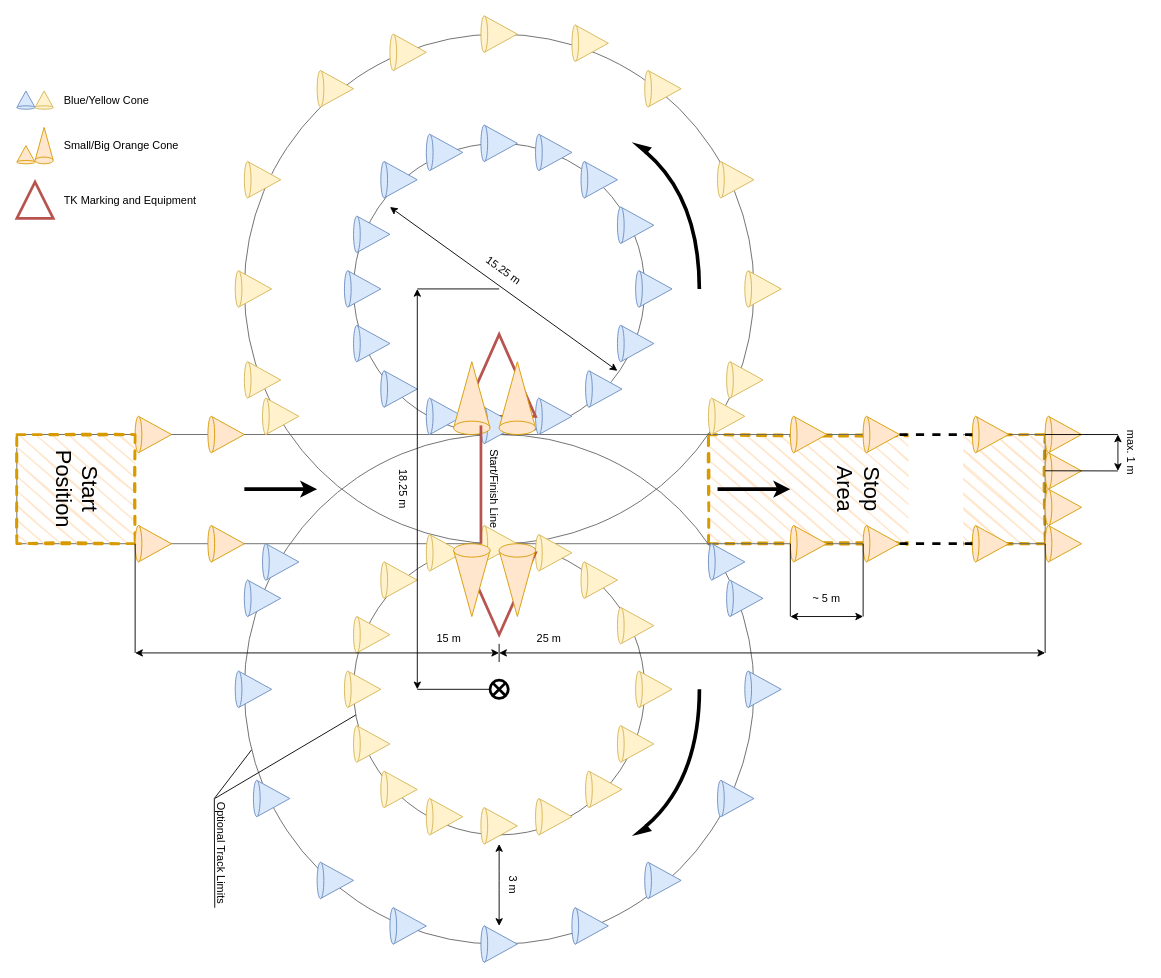
Before: ressources/figures/FS_Event_Skid_Pad.drawio in Beomar97/path-planning-docs, a draw.io diagram. Source tidied: cells renumbered, new cells numbered last; positions are measured from the earlier drawing's top-left corner, leaving out a move shared by most shapes. Both pictures are drawn from the tidied source at 91%, with x=0, y=0 at pixel (16, -76).
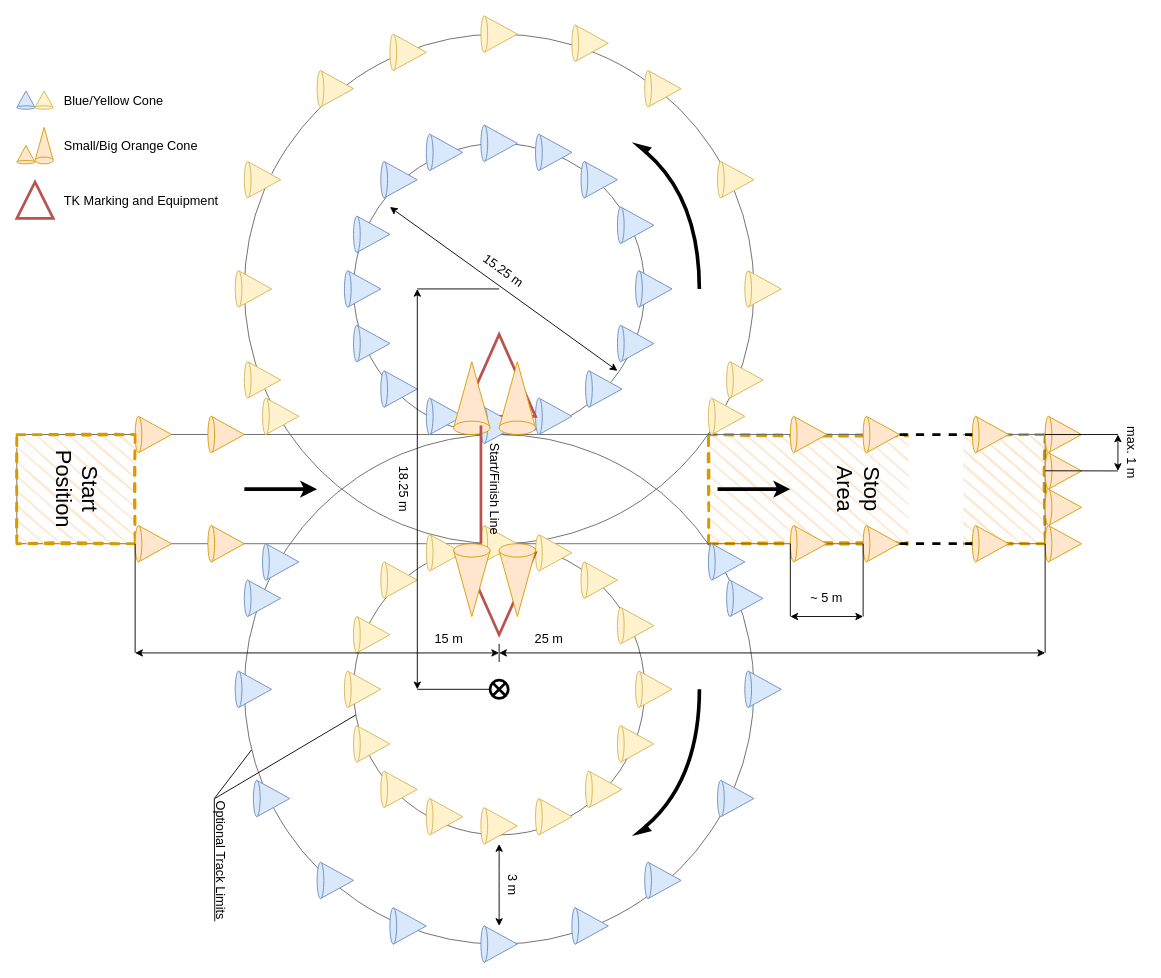
After the change.

Commit message (it also covers changes not shown here):
docs: update track events figures

The change refers to these unchanged cells:
```xml
<mxCell id="2" style="group;rotation=90;" parent="1" vertex="1">
  <mxGeometry x="100" width="1040" height="1240" as="geometry" />
</mxCell>
```

What changed in the source:
```diff
@@
-    <mxCell id="103" value="3 m" style="text;html=1;strokeColor=none;fillColor=none;align=center;verticalAlign=middle;whiteSpace=wrap;rounded=0;rotation=90;" parent="2" vertex="1">
+    <mxCell id="103" value="3 m" style="text;html=1;strokeColor=none;fillColor=none;align=center;verticalAlign=middle;whiteSpace=wrap;rounded=0;rotation=90;fontSize=14;" parent="2" vertex="1">
       <mxGeometry x="410" y="1040" width="70" height="30" as="geometry" />
     </mxCell>
-    <mxCell id="104" value="18.25 m" style="text;html=1;strokeColor=none;fillColor=none;align=center;verticalAlign=middle;whiteSpace=wrap;rounded=0;rotation=90;" parent="2" vertex="1">
+    <mxCell id="104" value="18.25 m" style="text;html=1;strokeColor=none;fillColor=none;align=center;verticalAlign=middle;whiteSpace=wrap;rounded=0;rotation=90;fontSize=14;" parent="2" vertex="1">
       <mxGeometry x="290" y="605" width="70" height="30" as="geometry" />
     </mxCell>
@@
-    <mxCell id="106" value="15.25 m" style="text;html=1;strokeColor=none;fillColor=none;align=center;verticalAlign=middle;whiteSpace=wrap;rounded=0;rotation=396;" parent="2" vertex="1">
+    <mxCell id="106" value="15.25 m" style="text;html=1;strokeColor=none;fillColor=none;align=center;verticalAlign=middle;whiteSpace=wrap;rounded=0;rotation=396;fontSize=14;" parent="2" vertex="1">
       <mxGeometry x="405" y="365" width="60" height="30" as="geometry" />
     </mxCell>
@@
-    <mxCell id="112" value="15 m" style="text;html=1;strokeColor=none;fillColor=none;align=center;verticalAlign=middle;whiteSpace=wrap;rounded=0;rotation=0;" parent="2" vertex="1">
+    <mxCell id="112" value="15 m" style="text;html=1;strokeColor=none;fillColor=none;align=center;verticalAlign=middle;whiteSpace=wrap;rounded=0;rotation=0;fontSize=14;" parent="2" vertex="1">
       <mxGeometry x="340" y="770" width="70" height="30" as="geometry" />
     </mxCell>
-    <mxCell id="113" value="25 m" style="text;html=1;strokeColor=none;fillColor=none;align=center;verticalAlign=middle;whiteSpace=wrap;rounded=0;rotation=0;" parent="2" vertex="1">
+    <mxCell id="113" value="25 m" style="text;html=1;strokeColor=none;fillColor=none;align=center;verticalAlign=middle;whiteSpace=wrap;rounded=0;rotation=0;fontSize=14;" parent="2" vertex="1">
       <mxGeometry x="450" y="770" width="70" height="30" as="geometry" />
     </mxCell>
-    <mxCell id="114" value="~ 5 m" style="text;html=1;strokeColor=none;fillColor=none;align=center;verticalAlign=middle;whiteSpace=wrap;rounded=0;rotation=0;" parent="2" vertex="1">
+    <mxCell id="114" value="~ 5 m" style="text;html=1;strokeColor=none;fillColor=none;align=center;verticalAlign=middle;whiteSpace=wrap;rounded=0;rotation=0;fontSize=14;" parent="2" vertex="1">
       <mxGeometry x="755" y="725" width="70" height="30" as="geometry" />
     </mxCell>
@@
-    <mxCell id="118" value="max. 1 m" style="text;html=1;strokeColor=none;fillColor=none;align=center;verticalAlign=middle;whiteSpace=wrap;rounded=0;glass=0;dashed=1;sketch=1;fontSize=12;rotation=90;" parent="2" vertex="1">
+    <mxCell id="118" value="max. 1 m" style="text;html=1;strokeColor=none;fillColor=none;align=center;verticalAlign=middle;whiteSpace=wrap;rounded=0;glass=0;dashed=1;sketch=1;fontSize=14;rotation=90;" parent="2" vertex="1">
       <mxGeometry x="1095" y="565" width="60" height="30" as="geometry" />
     </mxCell>
@@
-    <mxCell id="122" value="Optional Track Limits" style="text;html=1;strokeColor=none;fillColor=none;align=center;verticalAlign=middle;whiteSpace=wrap;rounded=0;rotation=90;" parent="2" vertex="1">
-      <mxGeometry x="65" y="1005" width="120" height="30" as="geometry" />
+    <mxCell id="122" value="Optional Track Limits" style="text;html=1;strokeColor=none;fillColor=none;align=center;verticalAlign=middle;whiteSpace=wrap;rounded=0;rotation=90;fontSize=14;" parent="2" vertex="1">
+      <mxGeometry x="57.5" y="1012.5" width="135" height="30" as="geometry" />
     </mxCell>
@@
-    <mxCell id="125" value="Start/Finish Line" style="text;html=1;strokeColor=none;fillColor=none;align=center;verticalAlign=middle;whiteSpace=wrap;rounded=0;rotation=90;" parent="2" vertex="1">
+    <mxCell id="125" value="Start/Finish Line" style="text;html=1;strokeColor=none;fillColor=none;align=center;verticalAlign=middle;whiteSpace=wrap;rounded=0;rotation=90;fontSize=14;" parent="2" vertex="1">
       <mxGeometry x="365" y="605" width="120" height="30" as="geometry" />
     </mxCell>
@@
-    <mxCell id="128" value="Blue/Yellow Cone" style="text;html=1;strokeColor=none;fillColor=none;align=left;verticalAlign=middle;whiteSpace=wrap;rounded=0;" parent="2" vertex="1">
-      <mxGeometry x="-50" y="177.5" width="100" height="30" as="geometry" />
+    <mxCell id="128" value="Blue/Yellow Cone" style="text;html=1;strokeColor=none;fillColor=none;align=left;verticalAlign=middle;whiteSpace=wrap;rounded=0;fontSize=14;" parent="2" vertex="1">
+      <mxGeometry x="-50" y="177.5" width="120" height="30" as="geometry" />
     </mxCell>
@@
-    <mxCell id="131" value="Small/Big Orange Cone" style="text;html=1;strokeColor=none;fillColor=none;align=left;verticalAlign=middle;whiteSpace=wrap;rounded=0;" parent="2" vertex="1">
-      <mxGeometry x="-50" y="227.5" width="130" height="30" as="geometry" />
+    <mxCell id="131" value="Small/Big Orange Cone" style="text;html=1;strokeColor=none;fillColor=none;align=left;verticalAlign=middle;whiteSpace=wrap;rounded=0;fontSize=14;" parent="2" vertex="1">
+      <mxGeometry x="-50" y="227.5" width="150" height="30" as="geometry" />
     </mxCell>
@@
-    <mxCell id="133" value="TK Marking and Equipment" style="text;html=1;strokeColor=none;fillColor=none;align=left;verticalAlign=middle;whiteSpace=wrap;rounded=0;" parent="2" vertex="1">
-      <mxGeometry x="-50" y="287.5" width="150" height="30" as="geometry" />
+    <mxCell id="133" value="TK Marking and Equipment" style="text;html=1;strokeColor=none;fillColor=none;align=left;verticalAlign=middle;whiteSpace=wrap;rounded=0;fontSize=14;" parent="2" vertex="1">
+      <mxGeometry x="-50" y="287.5" width="180" height="30" as="geometry" />
     </mxCell>
```
